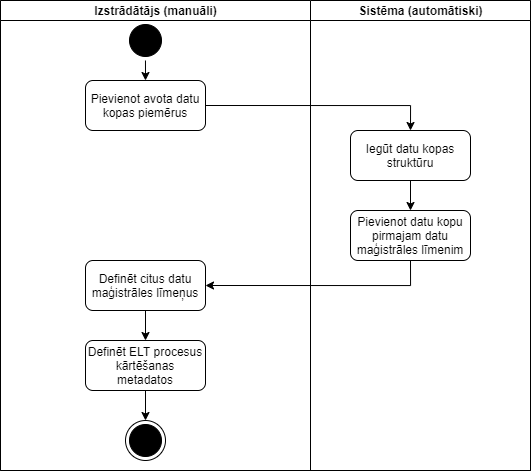
Above: schema/scenario/ds_addition.png in lllauma/heterogeneous-data-integration (draw.io), before the change. Source tidied: cells renumbered, new cells last; positions are measured from the earlier drawing's top-left corner, leaving out a move shared by most shapes. The source it was exported from:
```xml
<mxGraphModel>
  <root>
    <mxCell id="0" />
    <mxCell id="1" parent="0" />
    <mxCell id="2" style="swimlane;html=1;startSize=0;rounded=0;shadow=0;comic=0;labelBackgroundColor=none;strokeWidth=1;fontFamily=Verdana;fontSize=12;align=center;" parent="1" vertex="1">
      <mxGeometry width="530" height="470" as="geometry" />
    </mxCell>
    <mxCell id="3" value="Izstrādātājs (manuāli)" style="swimlane;html=1;startSize=20;" parent="2" vertex="1">
      <mxGeometry width="310" height="470" as="geometry" />
    </mxCell>
    <mxCell id="4" style="edgeStyle=orthogonalEdgeStyle;html=1;verticalAlign=bottom;endArrow=classic;endSize=6;strokeColor=#000000;exitX=0.499;exitY=0.851;exitDx=0;exitDy=0;exitPerimeter=0;endFill=1;entryX=0.5;entryY=0;entryDx=0;entryDy=0;" parent="3" edge="1" target="6">
      <mxGeometry relative="1" as="geometry">
        <mxPoint x="145" y="60" as="sourcePoint" />
      </mxGeometry>
    </mxCell>
    <mxCell id="5" style="ellipse;html=1;shape=startState;fillColor=#000000;strokeColor=#000000;" parent="3" vertex="1">
      <mxGeometry x="125" y="20" width="40" height="40" as="geometry" />
    </mxCell>
    <mxCell id="6" value="Pievienot avota datu kopas piemērus" style="rounded=1;whiteSpace=wrap;html=1;strokeColor=#000000;" parent="3" vertex="1">
      <mxGeometry x="85" y="80" width="120" height="50" as="geometry" />
    </mxCell>
    <mxCell id="7" style="edgeStyle=orthogonalEdgeStyle;rounded=0;jettySize=auto;html=1;exitX=0.5;exitY=1;exitDx=0;exitDy=0;endArrow=classic;endFill=1;endSize=6;strokeColor=#000000;" parent="3" edge="1" source="8" target="10">
      <mxGeometry relative="1" as="geometry" />
    </mxCell>
    <mxCell id="8" value="Definēt citus datu maģistrāles līmeņus" style="rounded=1;whiteSpace=wrap;html=1;strokeColor=#000000;" parent="3" vertex="1">
      <mxGeometry x="85" y="260" width="120" height="50" as="geometry" />
    </mxCell>
    <mxCell id="9" style="edgeStyle=orthogonalEdgeStyle;rounded=0;jettySize=auto;html=1;exitX=0.5;exitY=1;exitDx=0;exitDy=0;entryX=0.5;entryY=0;entryDx=0;entryDy=0;endArrow=classic;endFill=1;endSize=6;strokeColor=#000000;" parent="3" edge="1" source="10" target="11">
      <mxGeometry relative="1" as="geometry" />
    </mxCell>
    <mxCell id="10" value="Definēt ELT procesus kārtēšanas metadatos" style="rounded=1;whiteSpace=wrap;html=1;strokeColor=#000000;" parent="3" vertex="1">
      <mxGeometry x="85" y="340" width="120" height="50" as="geometry" />
    </mxCell>
    <mxCell id="11" style="ellipse;html=1;shape=endState;fillColor=#000000;strokeColor=#000000;" parent="3" vertex="1">
      <mxGeometry x="125" y="420" width="40" height="40" as="geometry" />
    </mxCell>
    <mxCell id="12" value="Sistēma (automātiski)" style="swimlane;html=1;startSize=20;" parent="2" vertex="1">
      <mxGeometry x="310" width="220" height="470" as="geometry" />
    </mxCell>
    <mxCell id="13" style="edgeStyle=orthogonalEdgeStyle;rounded=0;jettySize=auto;html=1;exitX=0.5;exitY=1;exitDx=0;exitDy=0;entryX=0.5;entryY=0;entryDx=0;entryDy=0;endArrow=classic;endFill=1;endSize=6;strokeColor=#000000;" parent="12" edge="1" source="14" target="15">
      <mxGeometry relative="1" as="geometry" />
    </mxCell>
    <mxCell id="14" value="Iegūt datu kopas struktūru" style="rounded=1;whiteSpace=wrap;html=1;strokeColor=#000000;" parent="12" vertex="1">
      <mxGeometry x="40" y="130" width="120" height="50" as="geometry" />
    </mxCell>
    <mxCell id="15" value="Pievienot datu kopu pirmajam datu maģistrāles līmenim" style="rounded=1;whiteSpace=wrap;html=1;strokeColor=#000000;" parent="12" vertex="1">
      <mxGeometry x="40" y="210" width="120" height="50" as="geometry" />
    </mxCell>
    <mxCell id="16" style="edgeStyle=orthogonalEdgeStyle;rounded=0;jettySize=auto;html=1;exitX=1;exitY=0.5;exitDx=0;exitDy=0;endArrow=classic;endFill=1;endSize=6;strokeColor=#000000;entryX=0.5;entryY=0;entryDx=0;entryDy=0;" parent="2" edge="1" source="6" target="14">
      <mxGeometry relative="1" as="geometry" />
    </mxCell>
    <mxCell id="17" style="edgeStyle=orthogonalEdgeStyle;rounded=0;jettySize=auto;html=1;exitX=0.5;exitY=1;exitDx=0;exitDy=0;entryX=1;entryY=0.5;entryDx=0;entryDy=0;endArrow=classic;endFill=1;endSize=6;strokeColor=#000000;" parent="2" edge="1" source="15" target="8">
      <mxGeometry relative="1" as="geometry" />
    </mxCell>
  </root>
</mxGraphModel>
```
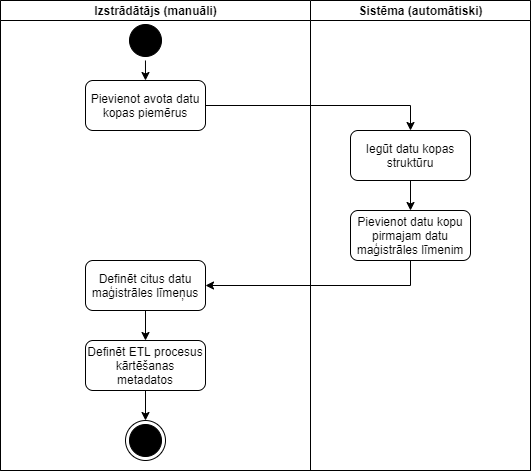
Above is the later version.

Change to the diagram source:
```diff
@@ -28,7 +28,7 @@
     <mxCell id="9" style="edgeStyle=orthogonalEdgeStyle;rounded=0;jettySize=auto;html=1;exitX=0.5;exitY=1;exitDx=0;exitDy=0;entryX=0.5;entryY=0;entryDx=0;entryDy=0;endArrow=classic;endFill=1;endSize=6;strokeColor=#000000;" parent="3" edge="1" source="10" target="11">
       <mxGeometry relative="1" as="geometry" />
     </mxCell>
-    <mxCell id="10" value="Definēt ELT procesus kārtēšanas metadatos" style="rounded=1;whiteSpace=wrap;html=1;strokeColor=#000000;" parent="3" vertex="1">
+    <mxCell id="10" value="Definēt ETL procesus kārtēšanas metadatos" style="rounded=1;whiteSpace=wrap;html=1;strokeColor=#000000;" parent="3" vertex="1">
       <mxGeometry x="85" y="340" width="120" height="50" as="geometry" />
     </mxCell>
     <mxCell id="11" style="ellipse;html=1;shape=endState;fillColor=#000000;strokeColor=#000000;" parent="3" vertex="1">
```
